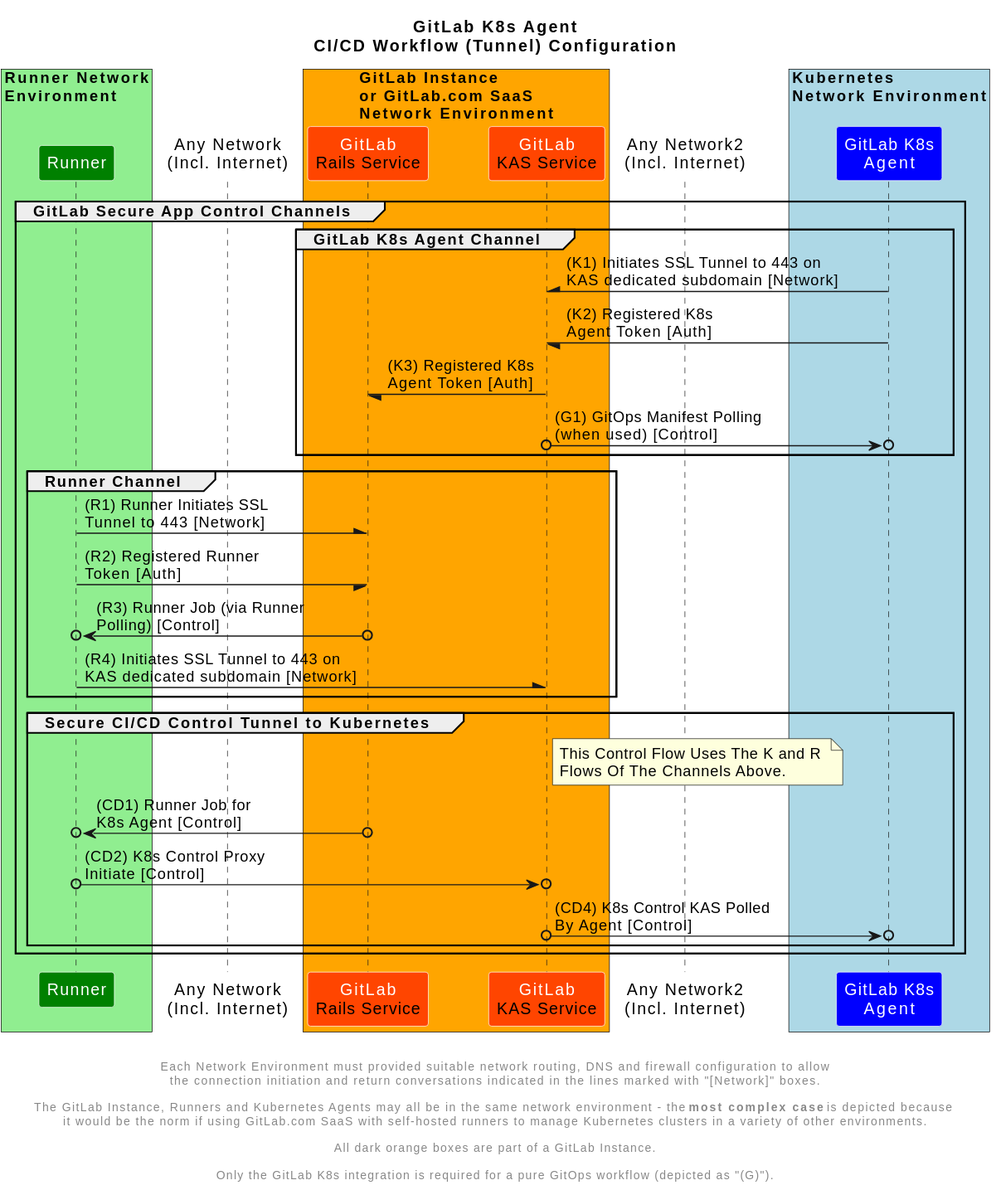
aws-samples/gitlab-for-eks keeps this PlantUML diagram as content/070_architecture_patterns/gitlab_k8s_agent_comms.svg. Above is the earlier version.
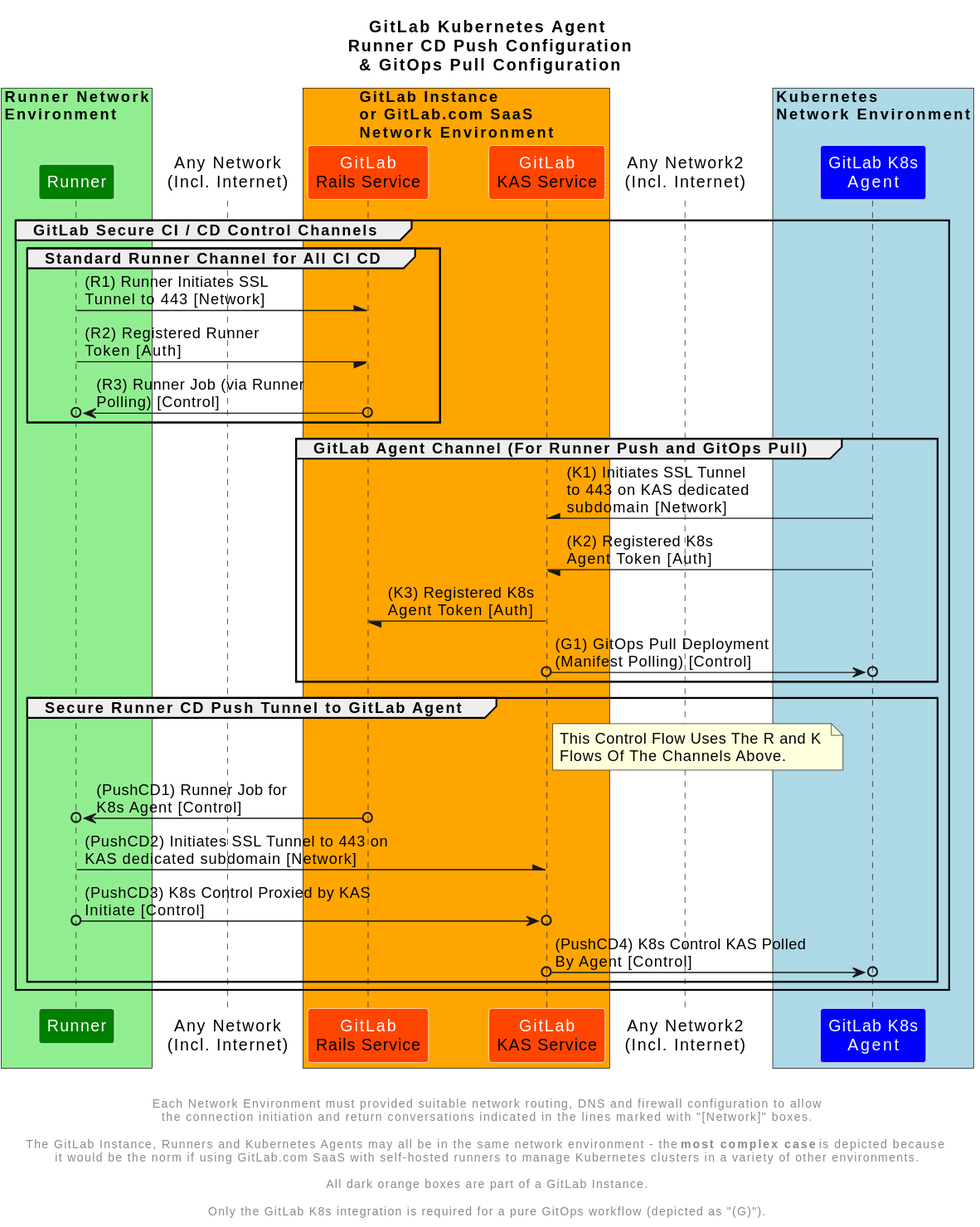
Later version of the same file.

What changed in the source:
```diff
@@ -5,7 +5,7 @@
 skinparam participantBorderColor #white
 skinparam participantBackgroundColor #white
 
-Title "GitLab K8s Agent\nCI/CD Workflow (Tunnel) Configuration"
+Title "GitLab Kubernetes Agent\n Runner CD Push Configuration\n & GitOps Pull Configuration"
 box "Runner Network\nEnvironment" #LightGreen
  participant "<font color=white>Runner" as Runner #Green
 end box
@@ -21,24 +21,25 @@
  participant "<font color=white>GitLab K8s\n<font color=white>Agent" as KubernetesAgent #Blue
 end box
 
-group GitLab Secure App Control Channels
-  group GitLab K8s Agent Channel
-    KubernetesAgent -\ GitLabKAS: (K1) Initiates SSL Tunnel to 443 on \nKAS dedicated subdomain [Network]
-    KubernetesAgent -/ GitLabKAS: (K2) Registered K8s \nAgent Token [Auth]
-    GitLabKAS -/ GitLabROR: (K3) Registered K8s \nAgent Token [Auth]
-    GitLabKAS o->o KubernetesAgent: (G1) GitOps Manifest Polling \n(when used) [Control]
-  end group
-  group Runner Channel
+group GitLab Secure CI / CD Control Channels
+  group Standard Runner Channel for All CI CD
     Runner -\ GitLabROR: (R1) Runner Initiates SSL \nTunnel to 443 [Network]
     Runner -/ GitLabROR: (R2) Registered Runner \nToken [Auth]
     Runner o<-o GitLabROR: (R3) Runner Job (via Runner \nPolling) [Control]
-    Runner -\ GitLabKAS: (R4) Initiates SSL Tunnel to 443 on \nKAS dedicated subdomain [Network]
   end group
-  group  Secure CI/CD Control Tunnel to Kubernetes
-    note right of GitLabKAS: This Control Flow Uses The K and R \nFlows Of The Channels Above.
-    GitLabROR o->o Runner: (CD1) Runner Job for \nK8s Agent [Control]
-    Runner o->o GitLabKAS: (CD2) K8s Control Proxy \nInitiate [Control]
-    GitLabKAS o->o KubernetesAgent: (CD4) K8s Control KAS Polled \nBy Agent [Control]
+  group GitLab Agent Channel (For Runner Push and GitOps Pull)
+    KubernetesAgent -\ GitLabKAS: (K1) Initiates SSL Tunnel \nto 443 on KAS dedicated \nsubdomain [Network]
+    KubernetesAgent -/ GitLabKAS: (K2) Registered K8s \nAgent Token [Auth]
+    GitLabKAS -/ GitLabROR: (K3) Registered K8s \nAgent Token [Auth]
+    GitLabKAS o->o KubernetesAgent: (G1) GitOps Pull Deployment \n(Manifest Polling) [Control]
+  end group
+
+  group Secure Runner CD Push Tunnel to GitLab Agent
+    note right of GitLabKAS: This Control Flow Uses The R and K \nFlows Of The Channels Above.
+    GitLabROR o->o Runner: (PushCD1) Runner Job for \nK8s Agent [Control]
+    Runner -\ GitLabKAS: (PushCD2) Initiates SSL Tunnel to 443 on \nKAS dedicated subdomain [Network]
+    Runner o->o GitLabKAS: (PushCD3) K8s Control Proxied by KAS \nInitiate [Control]
+    GitLabKAS o->o KubernetesAgent: (PushCD4) K8s Control KAS Polled \nBy Agent [Control]
   end group
 end group
 
```
